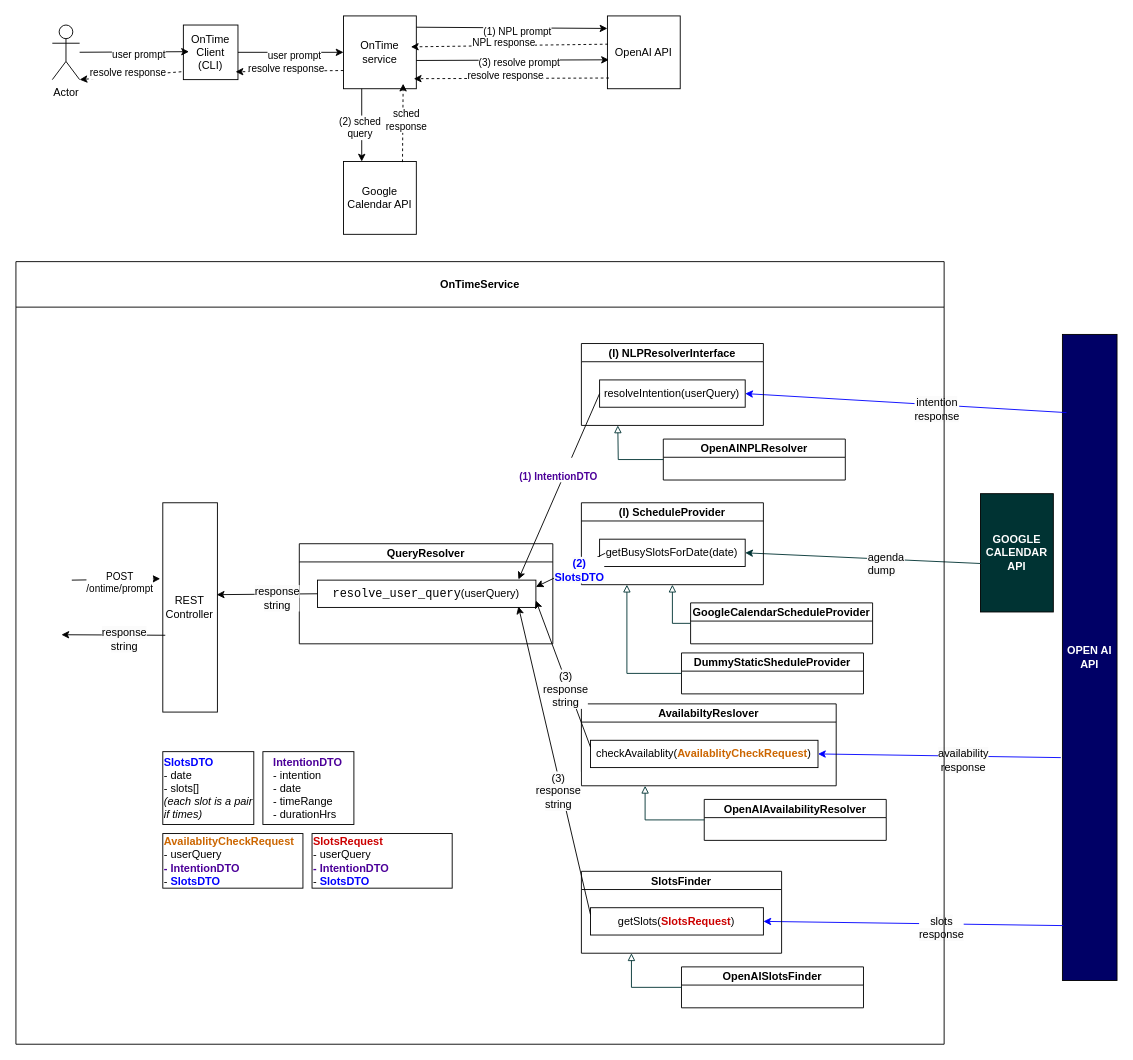
Earlier version of the draw.io diagram drawio/ontime_design.drawio (pazbardanl/ontime). Source tidied: cells renumbered, new cells numbered last; positions are measured from the earlier drawing's top-left corner, leaving out a move shared by most shapes. Both pictures are drawn from the tidied source at 91%, with x=0, y=0 at pixel (15, 15).
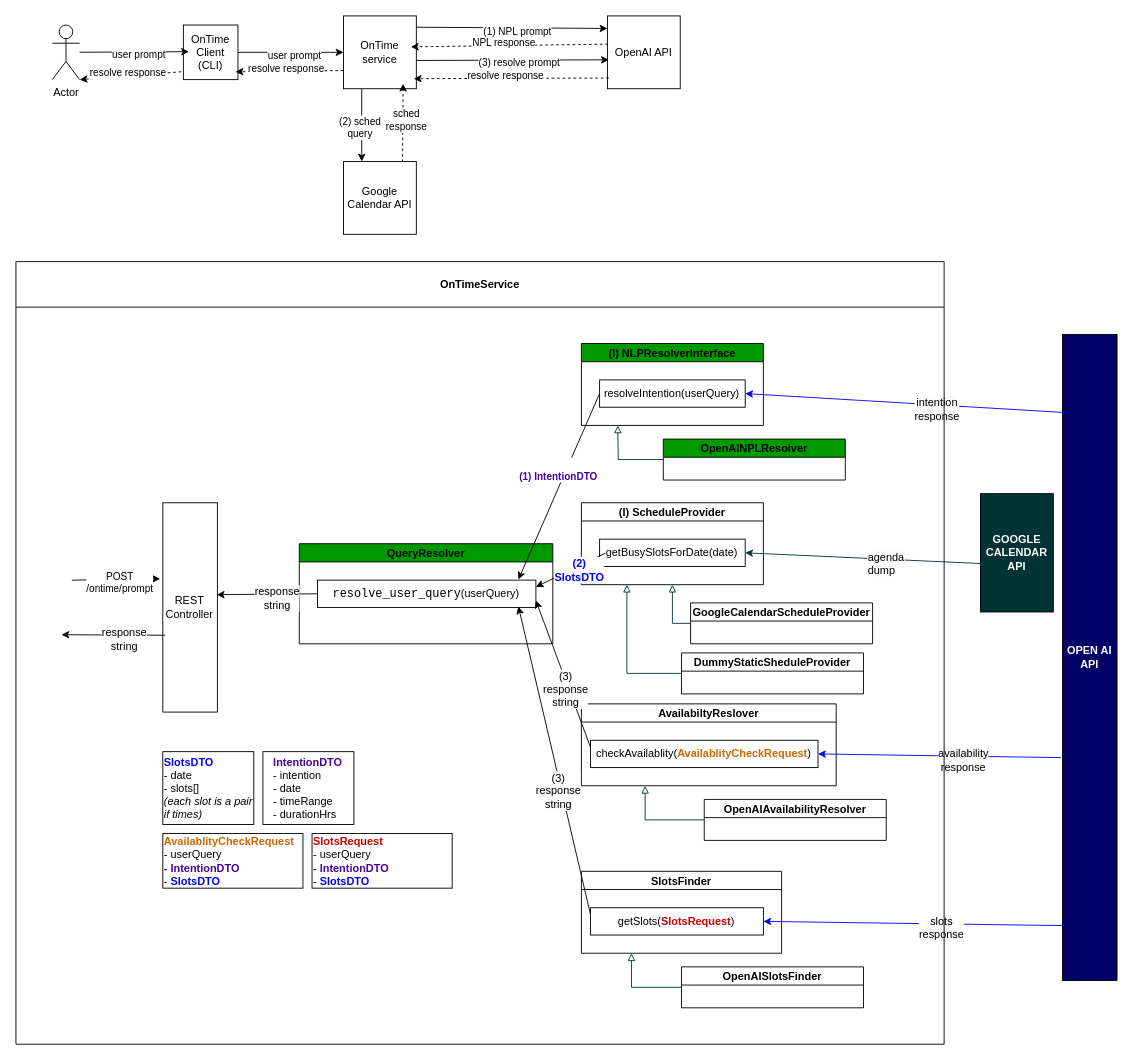
The same page after the edit.

Commit message:
design chart update: marked "done" classes with GREEN

Unchanged cells that the change refers to:
```xml
<mxCell id="37" value="OnTimeService" style="swimlane;startSize=50;" parent="1" vertex="1">
  <mxGeometry y="270" width="1020" height="860" as="geometry" />
</mxCell>
```

What changed in the source:
```diff
@@
-    <mxCell id="41" value="QueryResolver" style="swimlane;startSize=20;fontStyle=1;" parent="37" vertex="1">
+    <mxCell id="41" value="QueryResolver" style="swimlane;startSize=20;fontStyle=1;fillColor=#009900;" parent="37" vertex="1">
       <mxGeometry x="311.4" y="310" width="278.6" height="110" as="geometry" />
     </mxCell>
@@
-    <mxCell id="43" value="(I) NLPResolverInterface" style="swimlane;startSize=20;fontStyle=1;" parent="37" vertex="1">
+    <mxCell id="43" value="(I) NLPResolverInterface" style="swimlane;startSize=20;fontStyle=1;fillColor=#009900;" parent="37" vertex="1">
       <mxGeometry x="621.4" y="90" width="200" height="90" as="geometry" />
     </mxCell>
@@
-    <mxCell id="67" value="OpenAINPLResolver" style="swimlane;startSize=20;fontStyle=1;" parent="37" vertex="1">
+    <mxCell id="67" value="OpenAINPLResolver" style="swimlane;startSize=20;fontStyle=1;fillColor=#009900;" parent="37" vertex="1">
       <mxGeometry x="711.4" y="195" width="200" height="45" as="geometry" />
     </mxCell>
```
